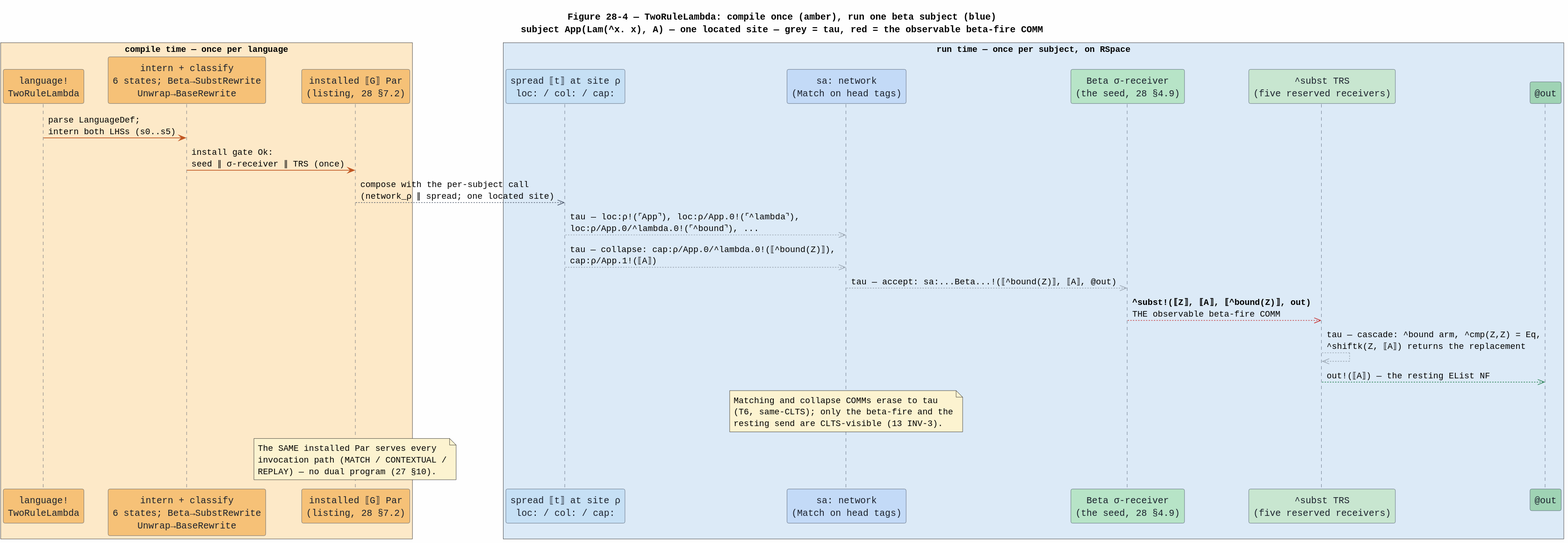
Earlier version of the PlantUML export docs/architecture/rho-native-integration/figures/28-two-rule-lambda-sequence.svg (F1R3FLY-io/mettail-rust).
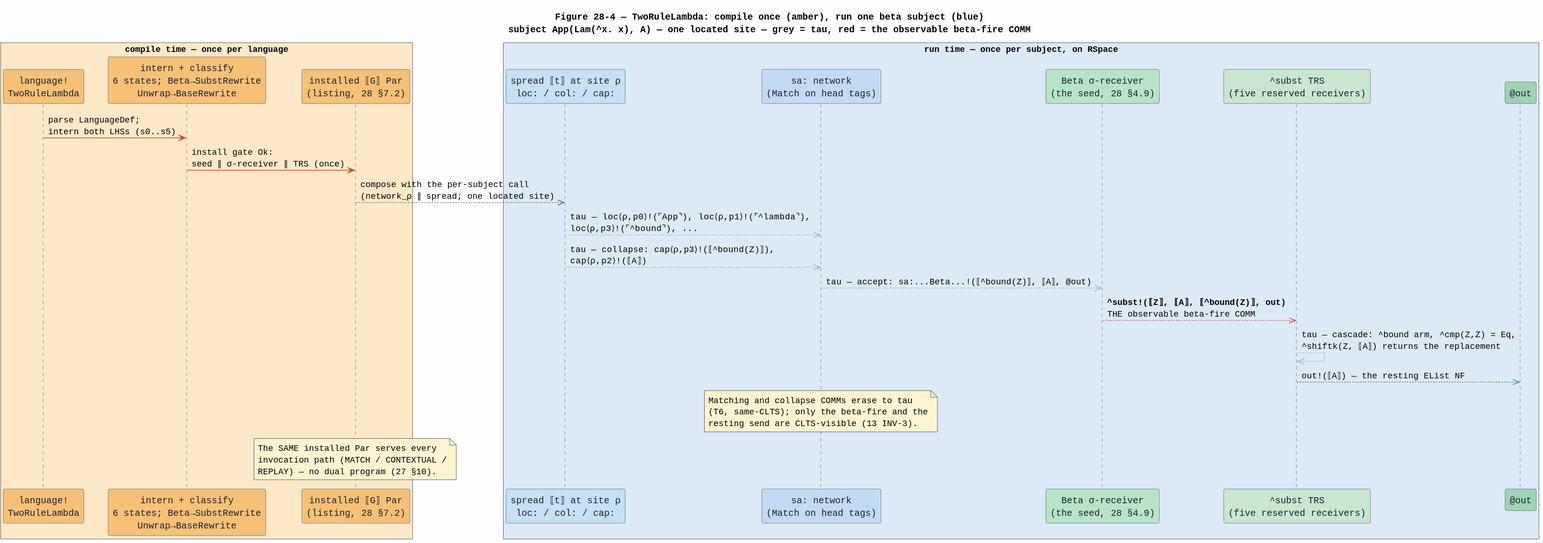
Above is the later version.

The edit, as a diff of the source:
```diff
@@ -29,8 +29,8 @@
 COMP -[#C05621]> PAR : install gate Ok:\nseed ∥ σ-receiver ∥ TRS (once)
 
 PAR -[#4A5568]->> SPREAD : compose with the per-subject call\n(network_ρ ∥ spread; one located site)
-SPREAD -[#9AA5B1]->> NET : tau — loc:ρ!(⌜App⌝), loc:ρ/App.0!(⌜^lambda⌝),\nloc:ρ/App.0/^lambda.0!(⌜^bound⌝), ...
-SPREAD -[#9AA5B1]->> NET : tau — collapse: cap:ρ/App.0/^lambda.0!(⟦^bound(Z)⟧),\ncap:ρ/App.1!(⟦A⟧)
+SPREAD -[#9AA5B1]->> NET : tau — loc⟨ρ,p0⟩!(⌜App⌝), loc⟨ρ,p1⟩!(⌜^lambda⌝),\nloc⟨ρ,p3⟩!(⌜^bound⌝), ...
+SPREAD -[#9AA5B1]->> NET : tau — collapse: cap⟨ρ,p3⟩!(⟦^bound(Z)⟧),\ncap⟨ρ,p2⟩!(⟦A⟧)
 NET -[#9AA5B1]->> SIG : tau — accept: sa:...Beta...!(⟦^bound(Z)⟧, ⟦A⟧, @out)
 SIG -[#C53030]->> TRS : <b>^subst!(⟦Z⟧, ⟦A⟧, ⟦^bound(Z)⟧, out)</b>\nTHE observable beta-fire COMM
 TRS -[#9AA5B1]->> TRS : tau — cascade: ^bound arm, ^cmp(Z,Z) = Eq,\n^shiftk(Z, ⟦A⟧) returns the replacement
```
